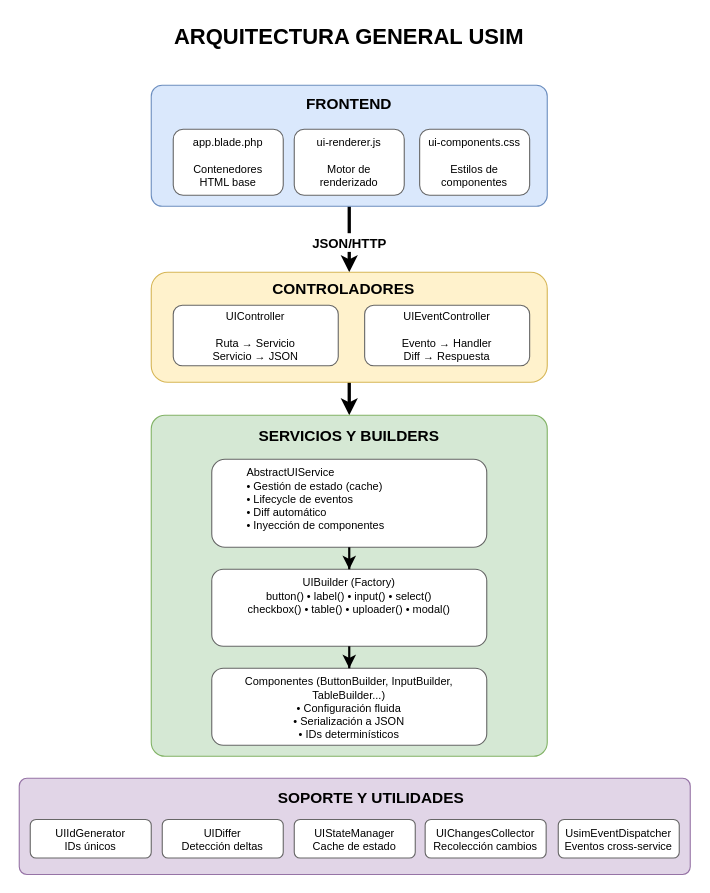
Earlier version of the draw.io diagram page "2. Arquitectura General" (2 of 4) of docs/framework/USIM_DIAGRAMS.drawio (idei/usim-framework). Source tidied: cells renumbered, new cells numbered last; positions are measured from the earlier drawing's top-left corner, leaving out a move shared by most shapes. Both pictures are drawn from the tidied source at 110%, with x=0, y=0 at pixel (19, 19).
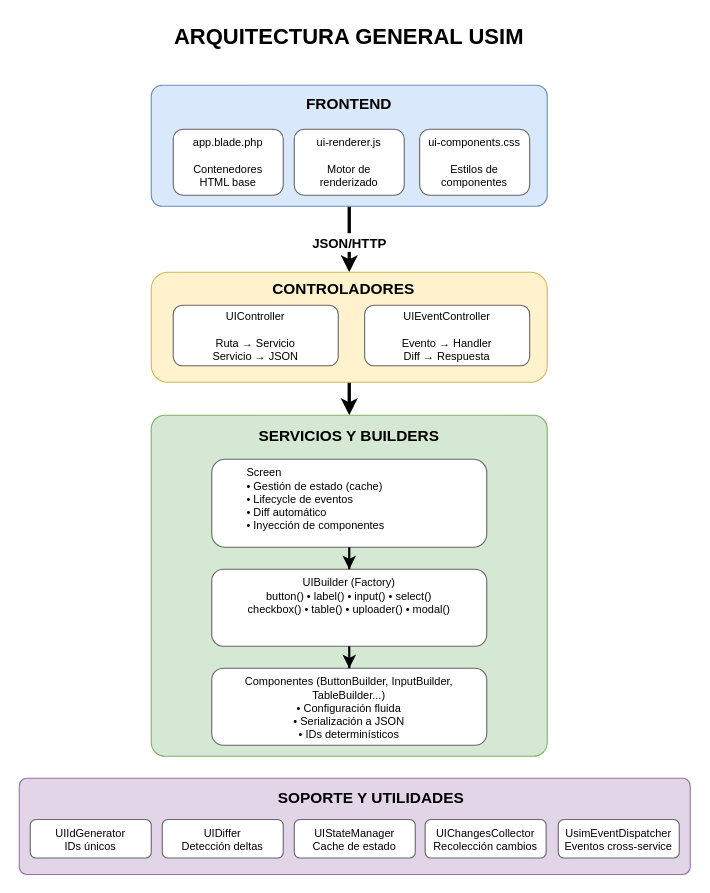
The same page after the edit.

Unchanged cells that the change refers to:
```xml
<mxCell id="16" style="group;" parent="1" vertex="1">
  <mxGeometry x="120" y="360" width="360" height="310" as="geometry" />
</mxCell>
```

The edit, as a diff of the source:
```diff
@@
-    <mxCell id="19" value="AbstractUIService&#10;• Gestión de estado (cache)&#10;• Lifecycle de eventos&#10;• Diff automático&#10;• Inyección de componentes" style="rounded=1;whiteSpace=wrap;html=1;fillColor=#ffffff;strokeColor=#666666;align=left;spacingLeft=30;fontSize=10;spacingTop=0;spacingBottom=10;verticalAlign=top;" parent="16" vertex="1">
+    <mxCell id="19" value="Screen&#10;• Gestión de estado (cache)&#10;• Lifecycle de eventos&#10;• Diff automático&#10;• Inyección de componentes" style="rounded=1;whiteSpace=wrap;html=1;fillColor=#ffffff;strokeColor=#666666;align=left;spacingLeft=30;fontSize=10;spacingTop=0;spacingBottom=10;verticalAlign=top;" parent="16" vertex="1">
       <mxGeometry x="55" y="40" width="250" height="80" as="geometry" />
     </mxCell>
```
